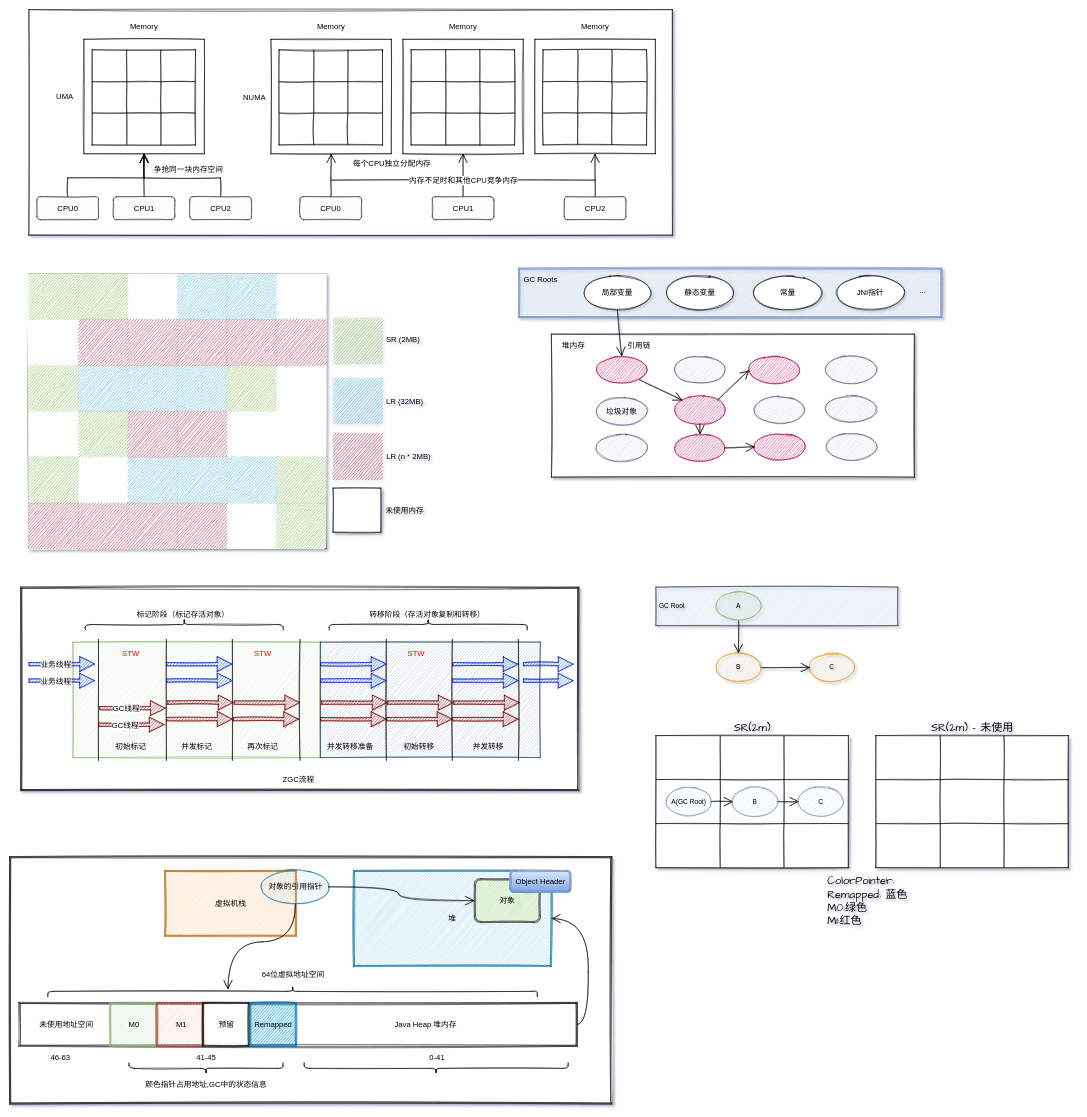
This is learn/JVM ZGC垃圾收集器.drawio from Leo-Lee-j/sketch, a draw.io file, before an edit. Source tidied: cells renumbered, new cells numbered last; positions are measured from the earlier drawing's top-left corner, leaving out a move shared by most shapes. Both pictures are drawn from the tidied source at 55%, with x=0, y=0 at pixel (9, 9).
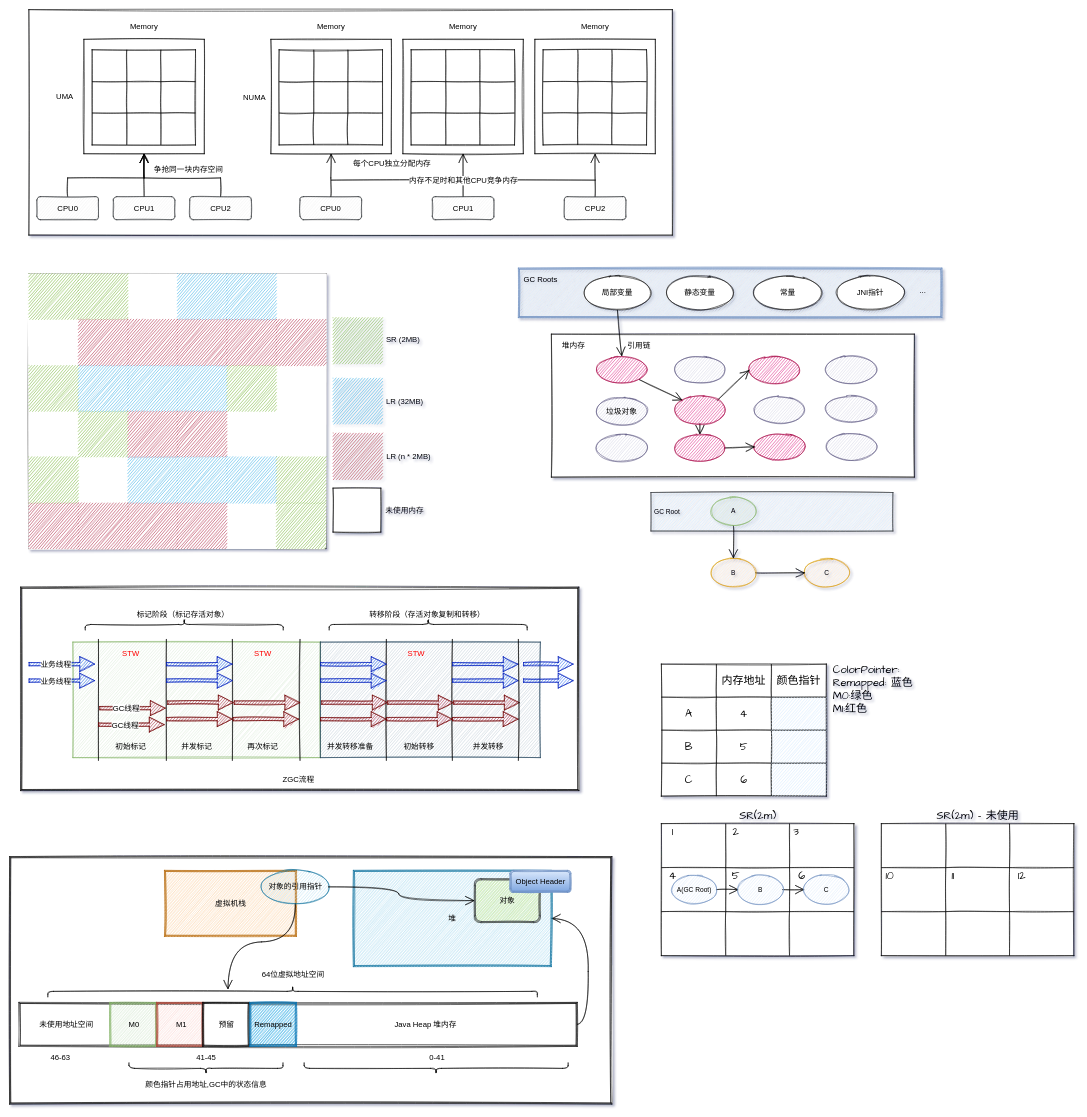
The same diagram, later.

Commit message (it also covers changes not shown here):
更新JVM ZGC垃圾收集器.drawio

The edit, as a diff of the source:
```diff
@@
     <mxCell id="239" style="rounded=0;whiteSpace=wrap;html=1;hachureGap=4;sketch=1;fillColor=#cce5ff;strokeColor=#36393d;" parent="1" vertex="1">
-      <mxGeometry x="1175" y="1050" width="440" height="70" as="geometry" />
+      <mxGeometry x="1166" y="878" width="440" height="70" as="geometry" />
     </mxCell>
     <mxCell id="240" value="GC Root" style="text;html=1;align=center;verticalAlign=middle;strokeColor=none;fillColor=none;hachureGap=4;sketch=1;" parent="1" vertex="1">
-      <mxGeometry x="1174" y="1075" width="60" height="20" as="geometry" />
+      <mxGeometry x="1165" y="903" width="60" height="20" as="geometry" />
     </mxCell>
@@
     <mxCell id="242" value="A" style="ellipse;whiteSpace=wrap;html=1;hachureGap=4;sketch=1;fillColor=#d5e8d4;strokeColor=#82b366;" parent="1" vertex="1">
-      <mxGeometry x="1285" y="1058" width="80" height="52" as="geometry" />
+      <mxGeometry x="1276" y="886" width="80" height="52" as="geometry" />
     </mxCell>
     <mxCell id="243" value="C" style="ellipse;whiteSpace=wrap;html=1;hachureGap=4;sketch=1;fillColor=#ffe6cc;strokeColor=#d79b00;" parent="1" vertex="1">
-      <mxGeometry x="1455" y="1170" width="80" height="52" as="geometry" />
+      <mxGeometry x="1446" y="998" width="80" height="52" as="geometry" />
     </mxCell>
@@
     <mxCell id="245" value="B" style="ellipse;whiteSpace=wrap;html=1;hachureGap=4;sketch=1;fillColor=#ffe6cc;strokeColor=#d79b00;" parent="1" vertex="1">
-      <mxGeometry x="1285" y="1170" width="80" height="52" as="geometry" />
+      <mxGeometry x="1276" y="998" width="80" height="52" as="geometry" />
     </mxCell>
     <mxCell id="246" style="shape=table;startSize=0;childLayout=tableLayout;sketch=1;hachureGap=4;fontFamily=Architects Daughter;fontSize=20;" parent="1" vertex="1">
-      <mxGeometry x="1175" y="1320" width="350" height="240" as="geometry" />
+      <mxGeometry x="1185" y="1480" width="350" height="240" as="geometry" />
     </mxCell>
@@
     <mxCell id="259" value="SR(2m)" style="text;html=1;align=center;verticalAlign=middle;strokeColor=none;fillColor=none;sketch=1;hachureGap=4;fontFamily=Architects Daughter;fontSize=20;" parent="1" vertex="1">
-      <mxGeometry x="1310" y="1290" width="80" height="30" as="geometry" />
+      <mxGeometry x="1320" y="1450" width="80" height="30" as="geometry" />
     </mxCell>
@@
     <mxCell id="261" value="A(GC Root)" style="ellipse;whiteSpace=wrap;html=1;hachureGap=4;sketch=1;fillColor=#dae8fc;strokeColor=#6c8ebf;" parent="1" vertex="1">
-      <mxGeometry x="1195" y="1414" width="80" height="52" as="geometry" />
+      <mxGeometry x="1205" y="1574" width="80" height="52" as="geometry" />
     </mxCell>
@@
     <mxCell id="263" value="B" style="ellipse;whiteSpace=wrap;html=1;hachureGap=4;sketch=1;fillColor=#dae8fc;strokeColor=#6c8ebf;" parent="1" vertex="1">
-      <mxGeometry x="1315" y="1414" width="80" height="52" as="geometry" />
+      <mxGeometry x="1325" y="1574" width="80" height="52" as="geometry" />
     </mxCell>
     <mxCell id="264" value="C" style="ellipse;whiteSpace=wrap;html=1;hachureGap=4;sketch=1;fillColor=#dae8fc;strokeColor=#6c8ebf;" parent="1" vertex="1">
-      <mxGeometry x="1435" y="1414" width="80" height="52" as="geometry" />
+      <mxGeometry x="1445" y="1574" width="80" height="52" as="geometry" />
     </mxCell>
     <mxCell id="265" style="shape=table;startSize=0;childLayout=tableLayout;sketch=1;hachureGap=4;fontFamily=Architects Daughter;fontSize=20;" parent="1" vertex="1">
-      <mxGeometry x="1575" y="1320" width="350" height="240" as="geometry" />
+      <mxGeometry x="1585" y="1480" width="350" height="240" as="geometry" />
     </mxCell>
@@
     <mxCell id="278" value="SR(2m) - 未使用" style="text;html=1;align=center;verticalAlign=middle;strokeColor=none;fillColor=none;sketch=1;hachureGap=4;fontFamily=Architects Daughter;fontSize=20;" parent="1" vertex="1">
-      <mxGeometry x="1670" y="1290" width="160" height="30" as="geometry" />
+      <mxGeometry x="1680" y="1450" width="160" height="30" as="geometry" />
     </mxCell>
     <mxCell id="279" value="ColorPointer:&lt;br&gt;Remapped: 蓝色&lt;br&gt;M0:绿色&lt;br&gt;M1:红色" style="text;html=1;align=left;verticalAlign=middle;strokeColor=none;fillColor=none;sketch=1;hachureGap=4;fontFamily=Architects Daughter;fontSize=20;" parent="1" vertex="1">
-      <mxGeometry x="1485" y="1570" width="160" height="100" as="geometry" />
+      <mxGeometry x="1495" y="1185" width="160" height="100" as="geometry" />
     </mxCell>
+    <mxCell id="280" value="1" style="text;html=1;align=center;verticalAlign=middle;strokeColor=none;fillColor=none;sketch=1;hachureGap=4;fontFamily=Architects Daughter;fontSize=20;" parent="1" vertex="1">
+      <mxGeometry x="1195" y="1480" width="20" height="30" as="geometry" />
+    </mxCell>
+    <mxCell id="281" value="2" style="text;html=1;align=center;verticalAlign=middle;strokeColor=none;fillColor=none;sketch=1;hachureGap=4;fontFamily=Architects Daughter;fontSize=20;" parent="1" vertex="1">
+      <mxGeometry x="1305" y="1480" width="30" height="30" as="geometry" />
+    </mxCell>
+    <mxCell id="282" value="3" style="text;html=1;align=center;verticalAlign=middle;strokeColor=none;fillColor=none;sketch=1;hachureGap=4;fontFamily=Architects Daughter;fontSize=20;" parent="1" vertex="1">
+      <mxGeometry x="1415" y="1480" width="30" height="30" as="geometry" />
+    </mxCell>
+    <mxCell id="283" value="4" style="text;html=1;align=center;verticalAlign=middle;strokeColor=none;fillColor=none;sketch=1;hachureGap=4;fontFamily=Architects Daughter;fontSize=20;" parent="1" vertex="1">
+      <mxGeometry x="1190" y="1560" width="30" height="30" as="geometry" />
+    </mxCell>
+    <mxCell id="284" value="5" style="text;html=1;align=center;verticalAlign=middle;strokeColor=none;fillColor=none;sketch=1;hachureGap=4;fontFamily=Architects Daughter;fontSize=20;" parent="1" vertex="1">
+      <mxGeometry x="1305" y="1560" width="30" height="30" as="geometry" />
+    </mxCell>
+    <mxCell id="285" value="6" style="text;html=1;align=center;verticalAlign=middle;strokeColor=none;fillColor=none;sketch=1;hachureGap=4;fontFamily=Architects Daughter;fontSize=20;" parent="1" vertex="1">
+      <mxGeometry x="1425" y="1560" width="30" height="30" as="geometry" />
+    </mxCell>
+    <mxCell id="286" value="10" style="text;html=1;align=center;verticalAlign=middle;strokeColor=none;fillColor=none;sketch=1;hachureGap=4;fontFamily=Architects Daughter;fontSize=20;" parent="1" vertex="1">
+      <mxGeometry x="1585" y="1560" width="30" height="30" as="geometry" />
+    </mxCell>
+    <mxCell id="287" value="11" style="text;html=1;align=center;verticalAlign=middle;strokeColor=none;fillColor=none;sketch=1;hachureGap=4;fontFamily=Architects Daughter;fontSize=20;" parent="1" vertex="1">
+      <mxGeometry x="1705" y="1560" width="20" height="30" as="geometry" />
+    </mxCell>
+    <mxCell id="288" value="12" style="text;html=1;align=center;verticalAlign=middle;strokeColor=none;fillColor=none;sketch=1;hachureGap=4;fontFamily=Architects Daughter;fontSize=20;" parent="1" vertex="1">
+      <mxGeometry x="1825" y="1560" width="30" height="30" as="geometry" />
+    </mxCell>
+    <mxCell id="289" style="shape=table;startSize=0;childLayout=tableLayout;sketch=1;hachureGap=4;fontFamily=Architects Daughter;fontSize=20;" parent="1" vertex="1">
+      <mxGeometry x="1185" y="1190" width="300" height="240" as="geometry" />
+    </mxCell>
+    <mxCell id="290" style="shape=tableRow;horizontal=0;startSize=0;swimlaneHead=0;swimlaneBody=0;top=0;left=0;bottom=0;right=0;fillColor=none;sketch=1;hachureGap=4;fontFamily=Architects Daughter;fontSize=20;" parent="289" vertex="1">
+      <mxGeometry width="300" height="60" as="geometry" />
+    </mxCell>
+    <mxCell id="291" style="shape=partialRectangle;html=1;whiteSpace=wrap;overflow=hidden;fillColor=none;top=0;left=0;bottom=0;right=0;sketch=1;hachureGap=4;fontFamily=Architects Daughter;fontSize=20;" parent="290" vertex="1">
+      <mxGeometry width="100" height="60" as="geometry" />
+    </mxCell>
+    <mxCell id="292" value="内存地址" style="shape=partialRectangle;html=1;whiteSpace=wrap;overflow=hidden;fillColor=none;top=0;left=0;bottom=0;right=0;sketch=1;hachureGap=4;fontFamily=Architects Daughter;fontSize=20;" parent="290" vertex="1">
+      <mxGeometry x="100" width="100" height="60" as="geometry" />
+    </mxCell>
+    <mxCell id="293" value="颜色指针" style="shape=partialRectangle;html=1;whiteSpace=wrap;overflow=hidden;fillColor=none;top=0;left=0;bottom=0;right=0;sketch=1;hachureGap=4;fontFamily=Architects Daughter;fontSize=20;" parent="290" vertex="1">
+      <mxGeometry x="200" width="100" height="60" as="geometry" />
+    </mxCell>
+    <mxCell id="294" style="shape=tableRow;horizontal=0;startSize=0;swimlaneHead=0;swimlaneBody=0;top=0;left=0;bottom=0;right=0;fillColor=none;sketch=1;hachureGap=4;fontFamily=Architects Daughter;fontSize=20;" parent="289" vertex="1">
+      <mxGeometry y="60" width="300" height="60" as="geometry" />
+    </mxCell>
+    <mxCell id="295" value="A" style="shape=partialRectangle;html=1;whiteSpace=wrap;overflow=hidden;fillColor=none;top=0;left=0;bottom=0;right=0;sketch=1;hachureGap=4;fontFamily=Architects Daughter;fontSize=20;" parent="294" vertex="1">
+      <mxGeometry width="100" height="60" as="geometry" />
+    </mxCell>
+    <mxCell id="296" value="4" style="shape=partialRectangle;html=1;whiteSpace=wrap;overflow=hidden;fillColor=none;top=0;left=0;bottom=0;right=0;sketch=1;hachureGap=4;fontFamily=Architects Daughter;fontSize=20;" parent="294" vertex="1">
+      <mxGeometry x="100" width="100" height="60" as="geometry" />
+    </mxCell>
+    <mxCell id="297" style="shape=partialRectangle;html=1;whiteSpace=wrap;overflow=hidden;fillColor=#cce5ff;top=0;left=0;bottom=0;right=0;sketch=1;hachureGap=4;fontFamily=Architects Daughter;fontSize=20;strokeColor=#36393d;" parent="294" vertex="1">
+      <mxGeometry x="200" width="100" height="60" as="geometry" />
+    </mxCell>
+    <mxCell id="298" style="shape=tableRow;horizontal=0;startSize=0;swimlaneHead=0;swimlaneBody=0;top=0;left=0;bottom=0;right=0;fillColor=none;sketch=1;hachureGap=4;fontFamily=Architects Daughter;fontSize=20;" parent="289" vertex="1">
+      <mxGeometry y="120" width="300" height="60" as="geometry" />
+    </mxCell>
+    <mxCell id="299" value="B" style="shape=partialRectangle;html=1;whiteSpace=wrap;overflow=hidden;fillColor=none;top=0;left=0;bottom=0;right=0;sketch=1;hachureGap=4;fontFamily=Architects Daughter;fontSize=20;" parent="298" vertex="1">
+      <mxGeometry width="100" height="60" as="geometry" />
+    </mxCell>
+    <mxCell id="300" value="5" style="shape=partialRectangle;html=1;whiteSpace=wrap;overflow=hidden;fillColor=none;top=0;left=0;bottom=0;right=0;sketch=1;hachureGap=4;fontFamily=Architects Daughter;fontSize=20;" parent="298" vertex="1">
+      <mxGeometry x="100" width="100" height="60" as="geometry" />
+    </mxCell>
+    <mxCell id="301" style="shape=partialRectangle;html=1;whiteSpace=wrap;overflow=hidden;fillColor=#cce5ff;top=0;left=0;bottom=0;right=0;sketch=1;hachureGap=4;fontFamily=Architects Daughter;fontSize=20;strokeColor=#36393d;" parent="298" vertex="1">
+      <mxGeometry x="200" width="100" height="60" as="geometry" />
+    </mxCell>
+    <mxCell id="302" style="shape=tableRow;horizontal=0;startSize=0;swimlaneHead=0;swimlaneBody=0;top=0;left=0;bottom=0;right=0;fillColor=none;sketch=1;hachureGap=4;fontFamily=Architects Daughter;fontSize=20;" parent="289" vertex="1">
+      <mxGeometry y="180" width="300" height="60" as="geometry" />
+    </mxCell>
+    <mxCell id="303" value="C" style="shape=partialRectangle;html=1;whiteSpace=wrap;overflow=hidden;fillColor=none;top=0;left=0;bottom=0;right=0;sketch=1;hachureGap=4;fontFamily=Architects Daughter;fontSize=20;" parent="302" vertex="1">
+      <mxGeometry width="100" height="60" as="geometry" />
+    </mxCell>
+    <mxCell id="304" value="6" style="shape=partialRectangle;html=1;whiteSpace=wrap;overflow=hidden;fillColor=none;top=0;left=0;bottom=0;right=0;sketch=1;hachureGap=4;fontFamily=Architects Daughter;fontSize=20;" parent="302" vertex="1">
+      <mxGeometry x="100" width="100" height="60" as="geometry" />
+    </mxCell>
+    <mxCell id="305" style="shape=partialRectangle;html=1;whiteSpace=wrap;overflow=hidden;fillColor=#cce5ff;top=0;left=0;bottom=0;right=0;sketch=1;hachureGap=4;fontFamily=Architects Daughter;fontSize=20;strokeColor=#36393d;" parent="302" vertex="1">
+      <mxGeometry x="200" width="100" height="60" as="geometry" />
+    </mxCell>
```
